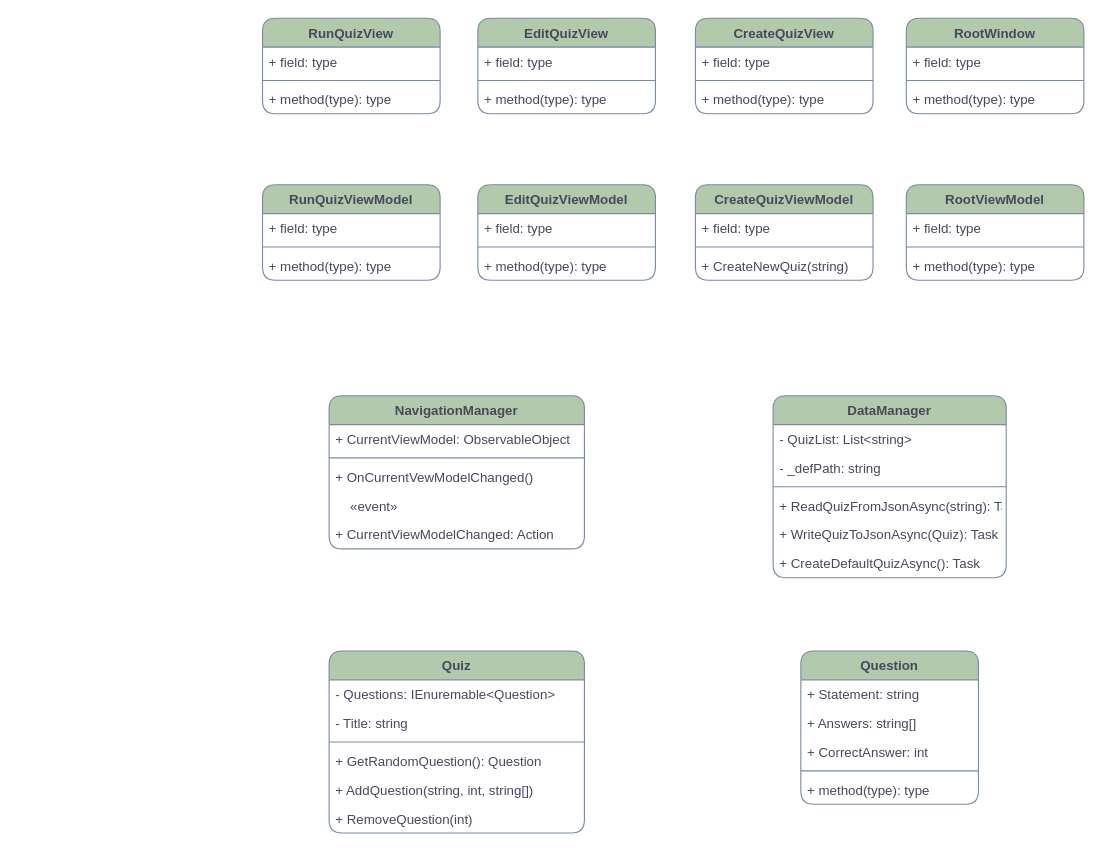
Earlier version of the draw.io diagram Labb 3.drawio (pinkros/Exercises). Source tidied: cells renumbered, new cells numbered last; positions are measured from the earlier drawing's top-left corner, leaving out a move shared by most shapes. Both pictures are drawn from the tidied source at 111%, with x=0, y=0 at pixel (262, 18).
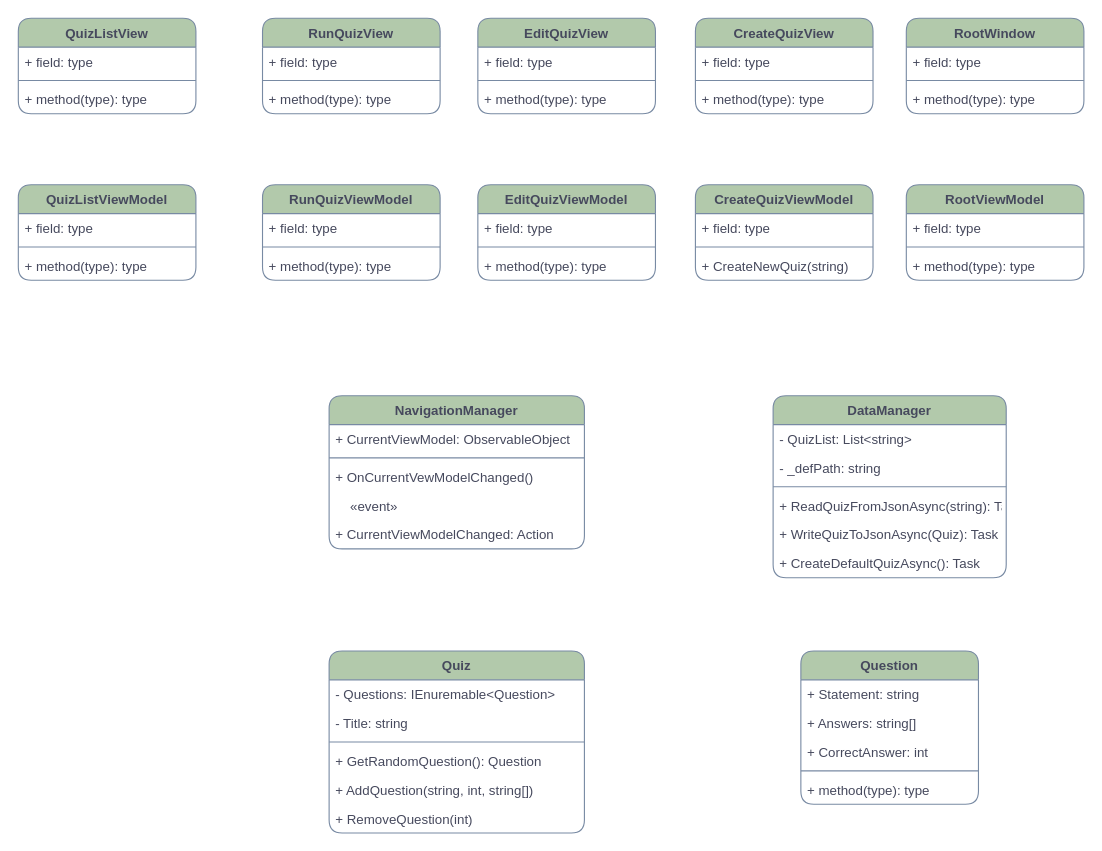
After the change.

Change to the diagram source:
```diff
@@
+    <mxCell id="60" value="QuizListView" style="swimlane;fontStyle=1;align=center;verticalAlign=top;horizontal=1;startSize=26;rounded=1;fillColor=#B2C9AB;strokeColor=#788AA3;fontColor=#46495D;" parent="1" vertex="1">
+      <mxGeometry x="-220" width="160" height="86" as="geometry" />
+    </mxCell>
+    <mxCell id="61" value="+ field: type" style="text;strokeColor=none;fillColor=none;align=left;verticalAlign=top;spacingLeft=4;spacingRight=4;overflow=hidden;rounded=1;fontColor=#46495D;" parent="60" vertex="1">
+      <mxGeometry y="26" width="160" height="26" as="geometry" />
+    </mxCell>
+    <mxCell id="62" style="line;strokeWidth=1;fillColor=none;align=left;verticalAlign=middle;spacingTop=-1;spacingLeft=3;spacingRight=3;labelPosition=right;strokeColor=#788AA3;rounded=1;fontColor=#46495D;" parent="60" vertex="1">
+      <mxGeometry y="52" width="160" height="8" as="geometry" />
+    </mxCell>
+    <mxCell id="63" value="+ method(type): type" style="text;strokeColor=none;fillColor=none;align=left;verticalAlign=top;spacingLeft=4;spacingRight=4;overflow=hidden;rounded=1;fontColor=#46495D;" parent="60" vertex="1">
+      <mxGeometry y="60" width="160" height="26" as="geometry" />
+    </mxCell>
+    <mxCell id="64" value="QuizListViewModel" style="swimlane;fontStyle=1;align=center;verticalAlign=top;horizontal=1;startSize=26;rounded=1;fillColor=#B2C9AB;strokeColor=#788AA3;fontColor=#46495D;" parent="1" vertex="1">
+      <mxGeometry x="-220" y="150" width="160" height="86" as="geometry" />
+    </mxCell>
+    <mxCell id="65" value="+ field: type" style="text;strokeColor=none;fillColor=none;align=left;verticalAlign=top;spacingLeft=4;spacingRight=4;overflow=hidden;rounded=1;fontColor=#46495D;" parent="64" vertex="1">
+      <mxGeometry y="26" width="160" height="26" as="geometry" />
+    </mxCell>
+    <mxCell id="66" style="line;strokeWidth=1;fillColor=none;align=left;verticalAlign=middle;spacingTop=-1;spacingLeft=3;spacingRight=3;labelPosition=right;strokeColor=#788AA3;rounded=1;fontColor=#46495D;" parent="64" vertex="1">
+      <mxGeometry y="52" width="160" height="8" as="geometry" />
+    </mxCell>
+    <mxCell id="67" value="+ method(type): type" style="text;strokeColor=none;fillColor=none;align=left;verticalAlign=top;spacingLeft=4;spacingRight=4;overflow=hidden;rounded=1;fontColor=#46495D;" parent="64" vertex="1">
+      <mxGeometry y="60" width="160" height="26" as="geometry" />
+    </mxCell>
```
